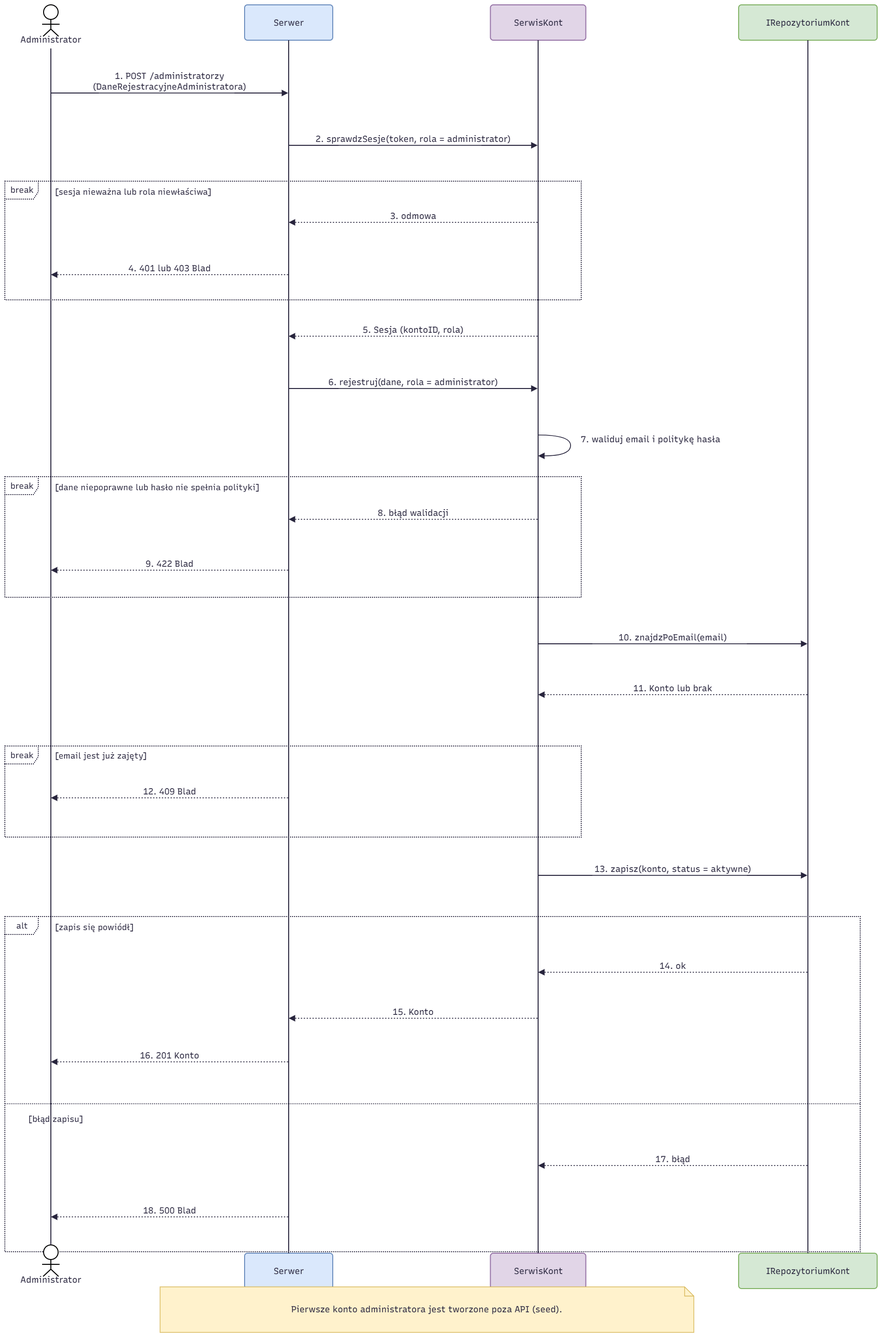
Above: checkpoint_3/diagramy_sekwencji/zakladanie_kont/Tworzenie_konta_administratora.drawio.png in paw10x/PsychSearch (draw.io), before the change. Source tidied: cells renumbered, new cells last; positions are measured from the earlier drawing's top-left corner, leaving out a move shared by most shapes.
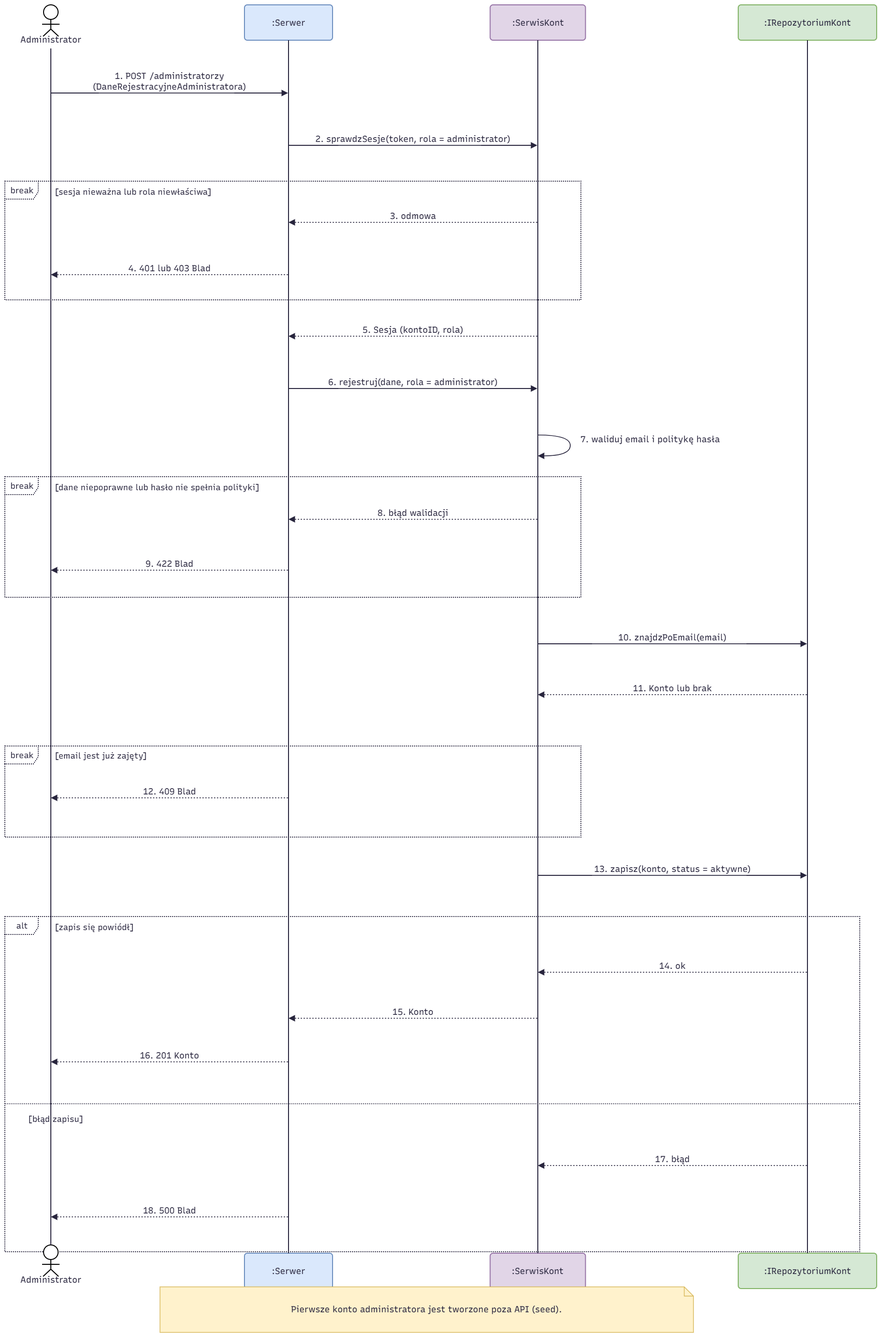
Above is the later version.

What changed in the source:
```diff
@@ -35,13 +35,13 @@
     <mxCell id="12" value="Administrator" style="html=1;shape=umlLifeline;perimeter=lifelinePerimeter;whiteSpace=wrap;outlineConnect=0;portConstraint=eastwest;newEdgeStyle={&quot;edgeStyle&quot;:&quot;sequenceEdgeStyle&quot;,&quot;libavoidRouting&quot;:0,&quot;curved&quot;:0,&quot;rounded&quot;:0};lifelineDashed=0;strokeWidth=2;rounded=1;absoluteArcSize=1;arcSize=12;lifelineColor=#28253D;size=90;lifelineMirror=1;fontFamily=Recursive;fontSize=18;fontColor=#28253D;shadow=0;fontSource=https%3A%2F%2Ffonts.googleapis.com%2Fcss%3Ffamily%3DRecursive;participant=seqActorStick;verticalAlign=bottom;align=center;spacingBottom=4;" parent="2" vertex="1">
       <mxGeometry x="80" y="138" width="174" height="2650" as="geometry" />
     </mxCell>
-    <mxCell id="13" value="Serwer" style="html=1;shape=umlLifeline;perimeter=lifelinePerimeter;whiteSpace=wrap;outlineConnect=0;portConstraint=eastwest;newEdgeStyle={&quot;edgeStyle&quot;:&quot;sequenceEdgeStyle&quot;,&quot;libavoidRouting&quot;:0,&quot;curved&quot;:0,&quot;rounded&quot;:0};lifelineDashed=0;strokeWidth=2;rounded=1;absoluteArcSize=1;arcSize=12;lifelineColor=#28253D;size=73;lifelineMirror=1;fontFamily=Recursive;fontSize=18;fontColor=#28253D;shadow=0;fontSource=https%3A%2F%2Ffonts.googleapis.com%2Fcss%3Ffamily%3DRecursive;fillColor=#dae8fc;strokeColor=#6c8ebf;" parent="2" vertex="1">
+    <mxCell id="13" value=":Serwer" style="html=1;shape=umlLifeline;perimeter=lifelinePerimeter;whiteSpace=wrap;outlineConnect=0;portConstraint=eastwest;newEdgeStyle={&quot;edgeStyle&quot;:&quot;sequenceEdgeStyle&quot;,&quot;libavoidRouting&quot;:0,&quot;curved&quot;:0,&quot;rounded&quot;:0};lifelineDashed=0;strokeWidth=2;rounded=1;absoluteArcSize=1;arcSize=12;lifelineColor=#28253D;size=73;lifelineMirror=1;fontFamily=Recursive;fontSize=18;fontColor=#28253D;shadow=0;fontSource=https%3A%2F%2Ffonts.googleapis.com%2Fcss%3Ffamily%3DRecursive;fillColor=#dae8fc;strokeColor=#6c8ebf;" parent="2" vertex="1">
       <mxGeometry x="567" y="138" width="182" height="2650" as="geometry" />
     </mxCell>
-    <mxCell id="14" value="SerwisKont" style="html=1;shape=umlLifeline;perimeter=lifelinePerimeter;whiteSpace=wrap;outlineConnect=0;portConstraint=eastwest;newEdgeStyle={&quot;edgeStyle&quot;:&quot;sequenceEdgeStyle&quot;,&quot;libavoidRouting&quot;:0,&quot;curved&quot;:0,&quot;rounded&quot;:0};lifelineDashed=0;strokeWidth=2;rounded=1;absoluteArcSize=1;arcSize=12;lifelineColor=#28253D;size=73;lifelineMirror=1;fontFamily=Recursive;fontSize=18;fontColor=#28253D;shadow=0;fontSource=https%3A%2F%2Ffonts.googleapis.com%2Fcss%3Ffamily%3DRecursive;fillColor=#e1d5e7;strokeColor=#9673a6;" parent="2" vertex="1">
+    <mxCell id="14" value=":SerwisKont" style="html=1;shape=umlLifeline;perimeter=lifelinePerimeter;whiteSpace=wrap;outlineConnect=0;portConstraint=eastwest;newEdgeStyle={&quot;edgeStyle&quot;:&quot;sequenceEdgeStyle&quot;,&quot;libavoidRouting&quot;:0,&quot;curved&quot;:0,&quot;rounded&quot;:0};lifelineDashed=0;strokeWidth=2;rounded=1;absoluteArcSize=1;arcSize=12;lifelineColor=#28253D;size=73;lifelineMirror=1;fontFamily=Recursive;fontSize=18;fontColor=#28253D;shadow=0;fontSource=https%3A%2F%2Ffonts.googleapis.com%2Fcss%3Ffamily%3DRecursive;fillColor=#e1d5e7;strokeColor=#9673a6;" parent="2" vertex="1">
       <mxGeometry x="1074.5" y="138" width="197" height="2650" as="geometry" />
     </mxCell>
-    <mxCell id="15" value="IRepozytoriumKont" style="html=1;shape=umlLifeline;perimeter=lifelinePerimeter;whiteSpace=wrap;outlineConnect=0;portConstraint=eastwest;newEdgeStyle={&quot;edgeStyle&quot;:&quot;sequenceEdgeStyle&quot;,&quot;libavoidRouting&quot;:0,&quot;curved&quot;:0,&quot;rounded&quot;:0};lifelineDashed=0;strokeWidth=2;rounded=1;absoluteArcSize=1;arcSize=12;lifelineColor=#28253D;size=73;lifelineMirror=1;fontFamily=Recursive;fontSize=18;fontColor=#28253D;shadow=0;fontSource=https%3A%2F%2Ffonts.googleapis.com%2Fcss%3Ffamily%3DRecursive;fillColor=#d5e8d4;strokeColor=#82b366;" parent="2" vertex="1">
+    <mxCell id="15" value=":IRepozytoriumKont" style="html=1;shape=umlLifeline;perimeter=lifelinePerimeter;whiteSpace=wrap;outlineConnect=0;portConstraint=eastwest;newEdgeStyle={&quot;edgeStyle&quot;:&quot;sequenceEdgeStyle&quot;,&quot;libavoidRouting&quot;:0,&quot;curved&quot;:0,&quot;rounded&quot;:0};lifelineDashed=0;strokeWidth=2;rounded=1;absoluteArcSize=1;arcSize=12;lifelineColor=#28253D;size=73;lifelineMirror=1;fontFamily=Recursive;fontSize=18;fontColor=#28253D;shadow=0;fontSource=https%3A%2F%2Ffonts.googleapis.com%2Fcss%3Ffamily%3DRecursive;fillColor=#d5e8d4;strokeColor=#82b366;" parent="2" vertex="1">
       <mxGeometry x="1587" y="138" width="286" height="2650" as="geometry" />
     </mxCell>
     <mxCell id="16" value="1. POST /administratorzy&#10;(DaneRejestracyjneAdministratora)" style="endArrow=block;endSize=9;verticalAlign=bottom;spacingBottom=2;edgeStyle=sequenceEdgeStyle;libavoidRouting=0;curved=0;rounded=0;fontSize=18;labelBackgroundColor=none;strokeWidth=1.7;strokeColor=#28253D;fontColor=#28253D;fontFamily=Recursive;fontSource=https%3A%2F%2Ffonts.googleapis.com%2Fcss%3Ffamily%3DRecursive;" parent="2" edge="1" source="12" target="13">
```
